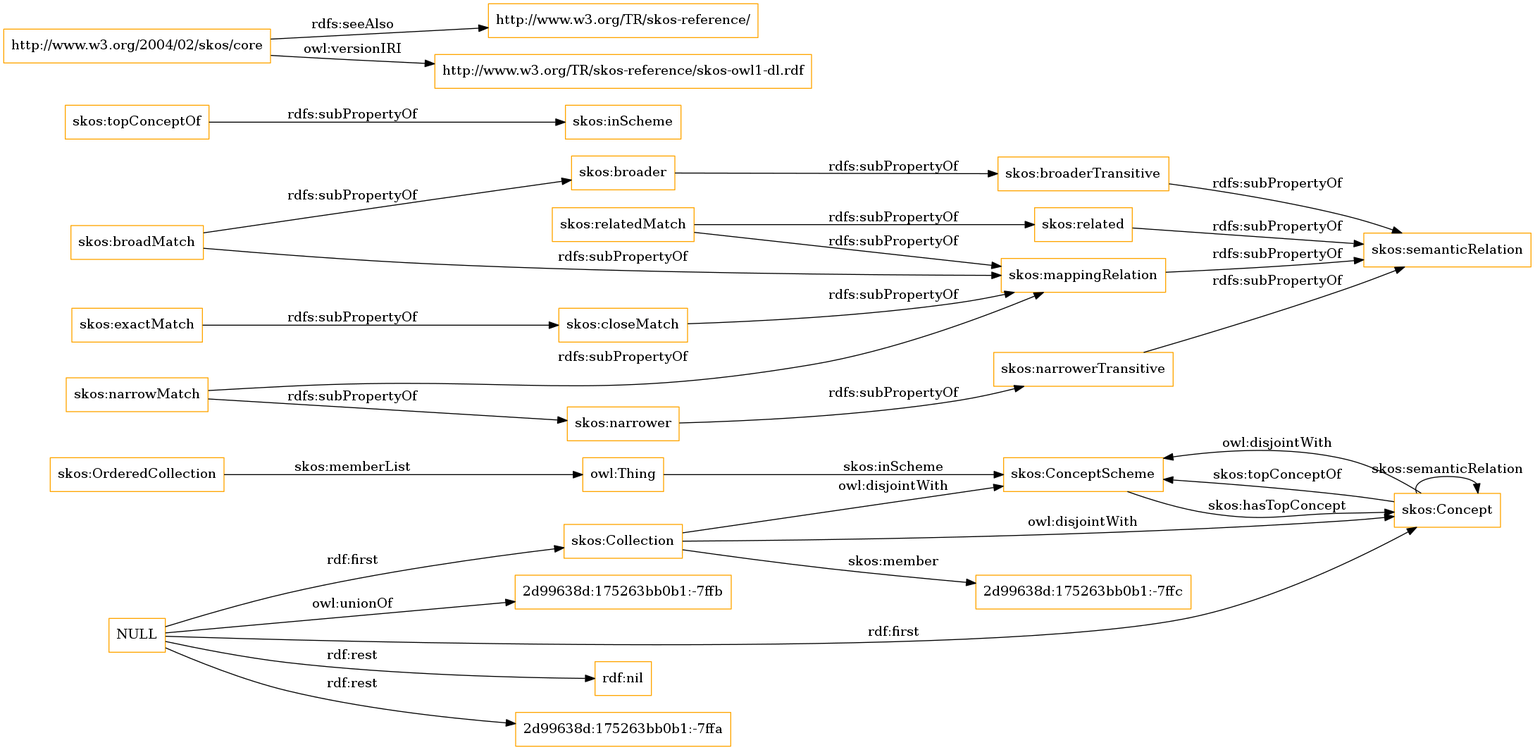
Before: OnToology/imports/skos.owl/diagrams/ar2dtool-class/skos.owl.png, a diagram exported from Graphviz (OnToologyUser/core-ontology-1). Its source is kept beside it as OnToology/imports/skos.owl/diagrams/ar2dtool-class/skos.owl.png.dot.
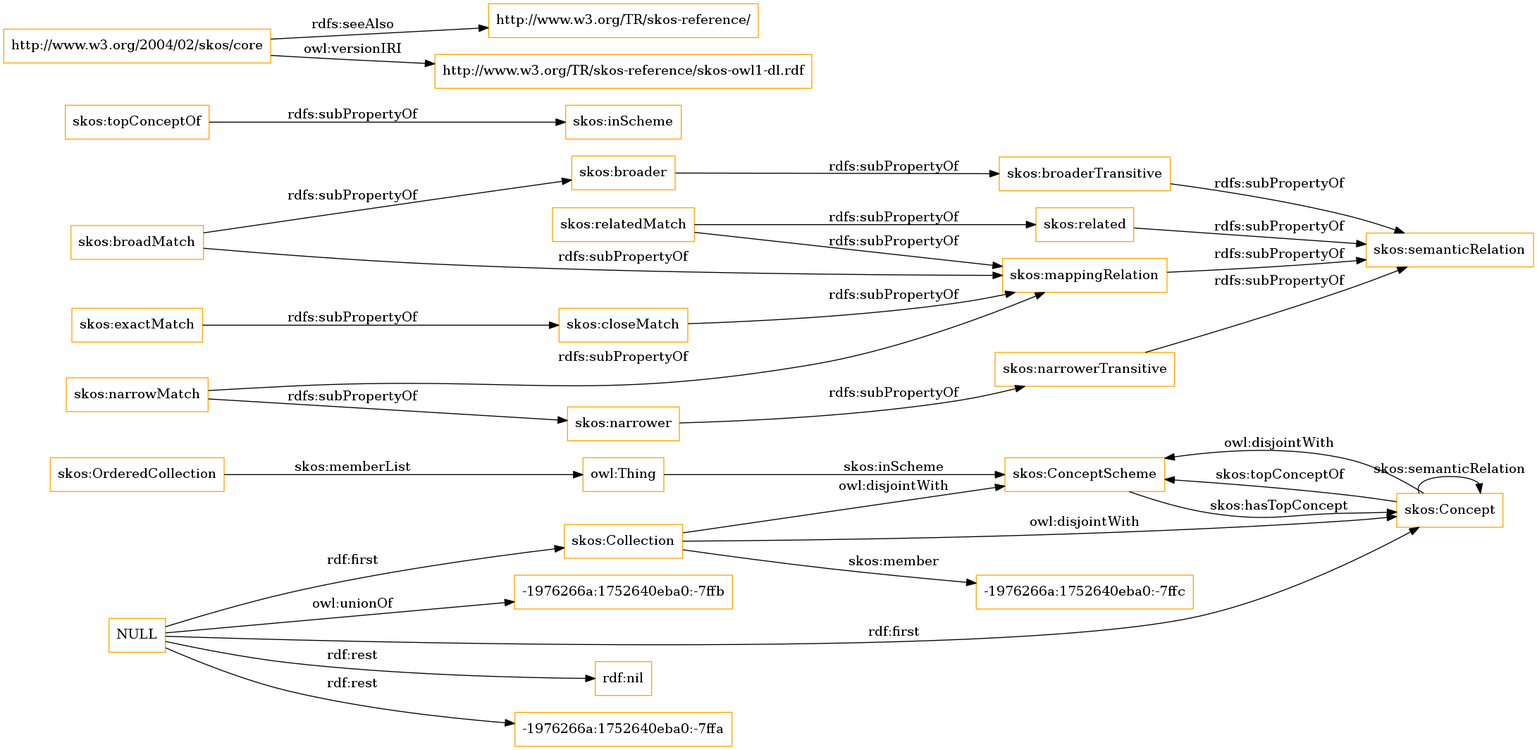
The same diagram one commit later.

The edit, as a diff of the source:
```diff
@@ -1,13 +1,13 @@
 digraph ar2dtool_diagram {
 rankdir=LR;
 size="1501"
-node [shape = rectangle, color="orange"]; "skos:OrderedCollection" "skos:ConceptScheme" "skos:Concept" "skos:Collection" "2d99638d:175263bb0b1:-7ffc" ; /*classes style*/
+node [shape = rectangle, color="orange"]; "skos:OrderedCollection" "skos:ConceptScheme" "skos:Concept" "skos:Collection" "-1976266a:1752640eba0:-7ffc" ; /*classes style*/
 	"skos:narrowerTransitive" -> "skos:semanticRelation" [ label = "rdfs:subPropertyOf" ];
 	"NULL" -> "rdf:nil" [ label = "rdf:rest" ];
 	"NULL" -> "skos:Concept" [ label = "rdf:first" ];
-	"NULL" -> "2d99638d:175263bb0b1:-7ffa" [ label = "rdf:rest" ];
+	"NULL" -> "-1976266a:1752640eba0:-7ffa" [ label = "rdf:rest" ];
 	"NULL" -> "skos:Collection" [ label = "rdf:first" ];
-	"NULL" -> "2d99638d:175263bb0b1:-7ffb" [ label = "owl:unionOf" ];
+	"NULL" -> "-1976266a:1752640eba0:-7ffb" [ label = "owl:unionOf" ];
 	"skos:closeMatch" -> "skos:mappingRelation" [ label = "rdfs:subPropertyOf" ];
 	"skos:Concept" -> "skos:ConceptScheme" [ label = "owl:disjointWith" ];
 	"skos:relatedMatch" -> "skos:related" [ label = "rdfs:subPropertyOf" ];
@@ -30,7 +30,7 @@
 	"skos:OrderedCollection" -> "owl:Thing" [ label = "skos:memberList" ];
 	"skos:Concept" -> "skos:ConceptScheme" [ label = "skos:topConceptOf" ];
 	"skos:Concept" -> "skos:Concept" [ label = "skos:semanticRelation" ];
-	"skos:Collection" -> "2d99638d:175263bb0b1:-7ffc" [ label = "skos:member" ];
+	"skos:Collection" -> "-1976266a:1752640eba0:-7ffc" [ label = "skos:member" ];
 	"skos:ConceptScheme" -> "skos:Concept" [ label = "skos:hasTopConcept" ];
 	"owl:Thing" -> "skos:ConceptScheme" [ label = "skos:inScheme" ];
 
```
